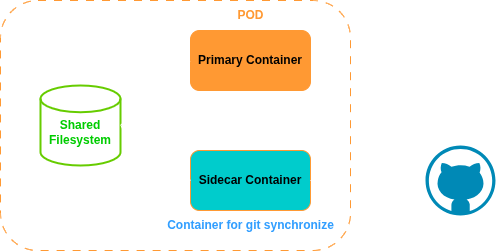
lnvn/idishare keeps this draw.io diagram as static/img/tech/git-sync-sidecar.png. Above is the earlier version. Source tidied: cells renumbered, new cells last; positions are measured from the earlier drawing's top-left corner, leaving out a move shared by most shapes.
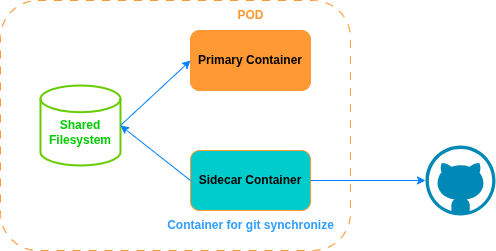
Above is the later version.

Commit message:
update diagram to fit with white theme

What changed in the source:
```diff
@@ -14,7 +14,7 @@
     <mxCell id="5" value="&lt;b&gt;&lt;font style=&quot;color: light-dark(rgb(0, 0, 0), rgb(255, 153, 51));&quot;&gt;POD&lt;/font&gt;&lt;/b&gt;" style="text;html=1;align=center;verticalAlign=middle;strokeColor=none;fillColor=none;" parent="1" vertex="1">
       <mxGeometry x="225" width="50" height="30" as="geometry" />
     </mxCell>
-    <mxCell id="6" style="endArrow=classic;html=1;rounded=0;exitX=1;exitY=0.5;exitDx=0;exitDy=0;entryX=0;entryY=0.5;entryDx=0;entryDy=0;entryPerimeter=0;" parent="1" edge="1" source="4" target="8">
+    <mxCell id="6" style="endArrow=classic;html=1;rounded=0;exitX=1;exitY=0.5;exitDx=0;exitDy=0;entryX=0;entryY=0.5;entryDx=0;entryDy=0;entryPerimeter=0;strokeColor=light-dark(#000000,#007FFF);" parent="1" edge="1" source="4" target="8">
       <mxGeometry relative="1" as="geometry" />
     </mxCell>
     <mxCell id="7" value="&lt;font color=&quot;#007fff&quot;&gt;&lt;b&gt;Container for git synchronize&lt;/b&gt;&lt;/font&gt;" style="text;html=1;align=center;verticalAlign=middle;strokeColor=none;fillColor=none;" parent="1" vertex="1">
@@ -26,10 +26,10 @@
     <mxCell id="9" value="&lt;div&gt;&lt;br&gt;&lt;/div&gt;&lt;b&gt;&lt;font style=&quot;color: light-dark(rgb(0, 0, 0), rgb(0, 204, 0));&quot;&gt;Shared Filesystem&lt;/font&gt;&lt;/b&gt;" style="strokeWidth=2;html=1;shape=mxgraph.flowchart.database;whiteSpace=wrap;fillColor=none;strokeColor=light-dark(#000000,#66CC00);" parent="1" vertex="1">
       <mxGeometry x="40" y="85" width="80" height="80" as="geometry" />
     </mxCell>
-    <mxCell id="10" style="endArrow=classic;html=1;rounded=0;entryX=1;entryY=0.5;entryDx=0;entryDy=0;entryPerimeter=0;exitX=0;exitY=0.5;exitDx=0;exitDy=0;" parent="1" edge="1" source="4" target="9">
+    <mxCell id="10" style="endArrow=classic;html=1;rounded=0;entryX=1;entryY=0.5;entryDx=0;entryDy=0;entryPerimeter=0;exitX=0;exitY=0.5;exitDx=0;exitDy=0;strokeColor=light-dark(#000000,#007FFF);" parent="1" edge="1" source="4" target="9">
       <mxGeometry relative="1" as="geometry" />
     </mxCell>
-    <mxCell id="11" style="endArrow=classic;html=1;rounded=0;entryX=0;entryY=0.5;entryDx=0;entryDy=0;exitX=1;exitY=0.5;exitDx=0;exitDy=0;exitPerimeter=0;" parent="1" edge="1" source="9" target="3">
+    <mxCell id="11" style="endArrow=classic;html=1;rounded=0;entryX=0;entryY=0.5;entryDx=0;entryDy=0;exitX=1;exitY=0.5;exitDx=0;exitDy=0;exitPerimeter=0;strokeColor=light-dark(#000000,#007FFF);" parent="1" edge="1" source="9" target="3">
       <mxGeometry relative="1" as="geometry" />
     </mxCell>
   </root>
```
